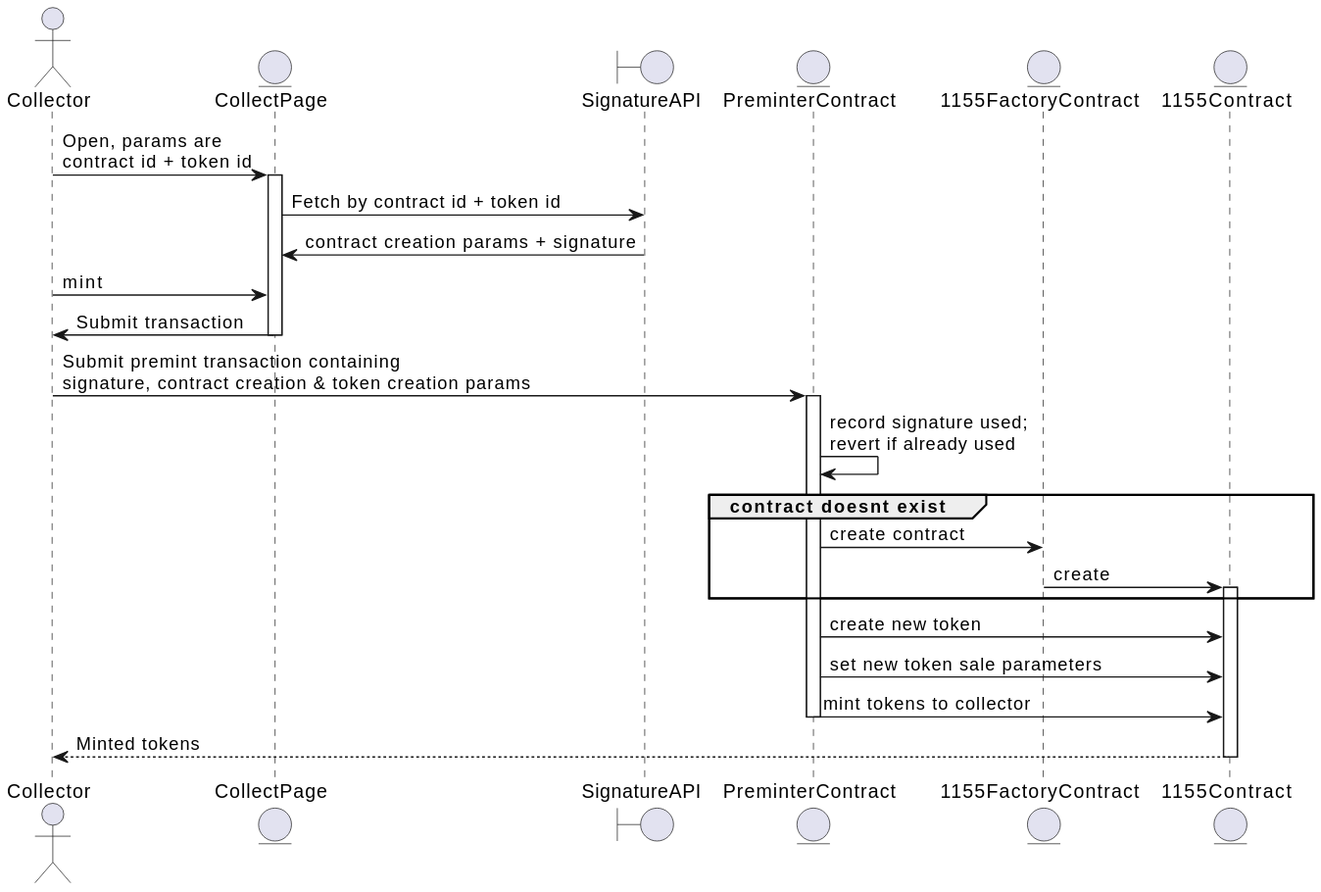
Before: uml/generated/gasslessCreate-collecting.svg, a diagram exported from PlantUML (ourzora/zora-protocol).
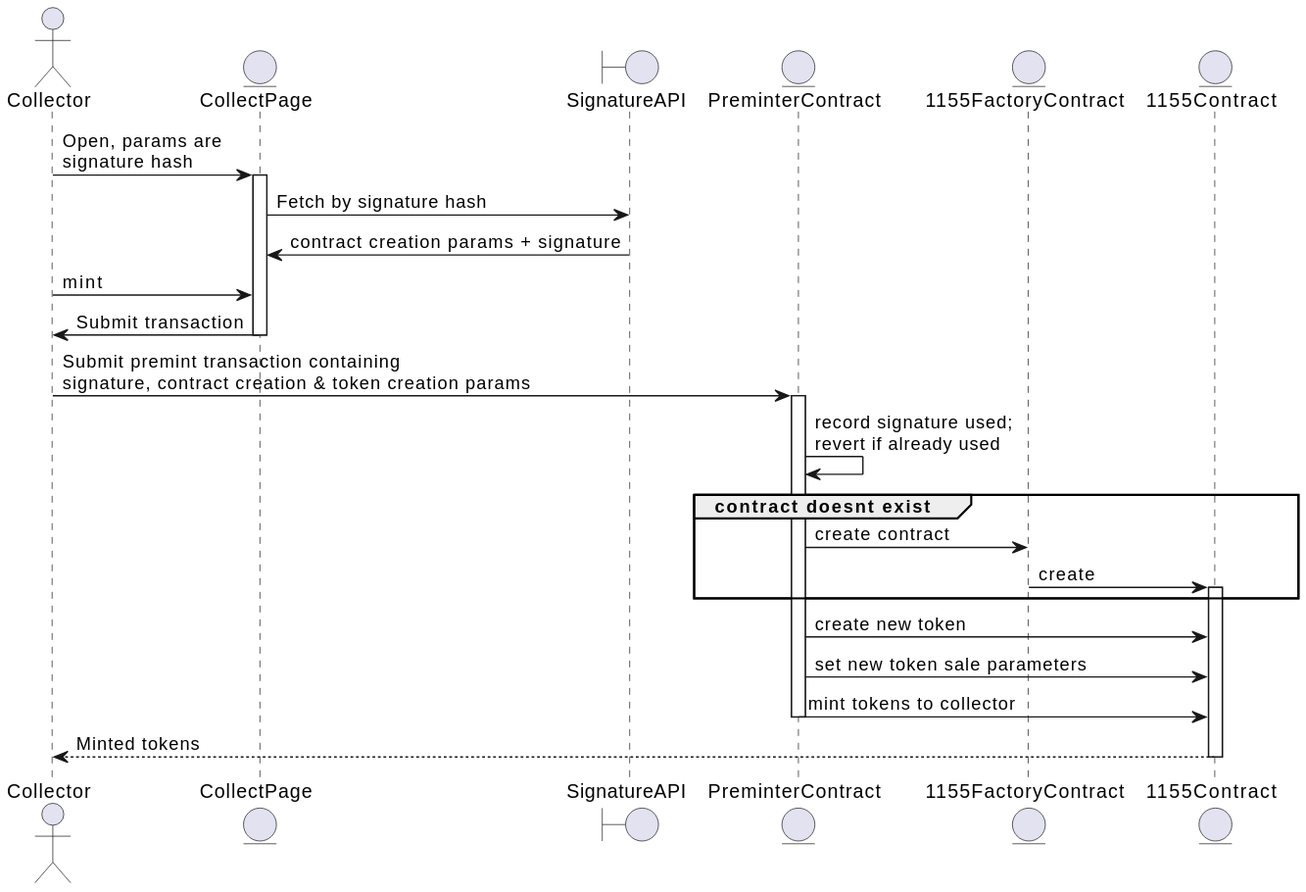
The same file after the commit.

Commit message:
Simplified design - now we have simplify contract parameters

Change to the diagram source:
```diff
@@ -6,9 +6,9 @@
 entity 1155FactoryContract
 entity 1155Contract
 
-Collector -> CollectPage: Open, params are \ncontract id + token id
+Collector -> CollectPage: Open, params are \nsignature hash
 Activate CollectPage
-CollectPage -> SignatureAPI: Fetch by contract id + token id
+CollectPage -> SignatureAPI: Fetch by signature hash
 SignatureAPI -> CollectPage: contract creation params + signature
 Collector -> CollectPage: mint
 CollectPage -> Collector: Submit transaction
```
